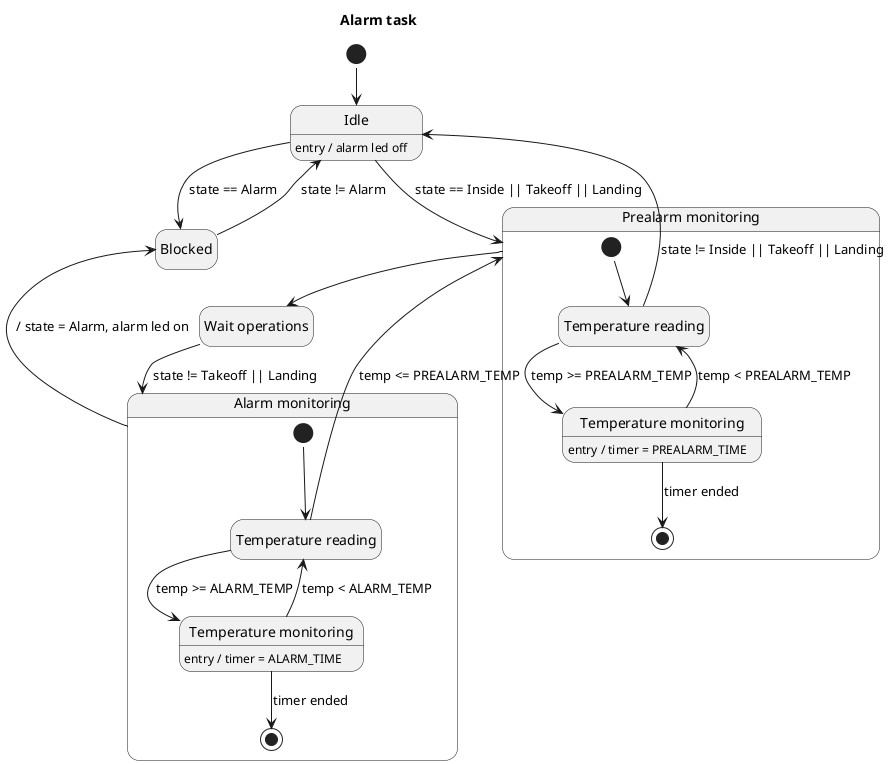
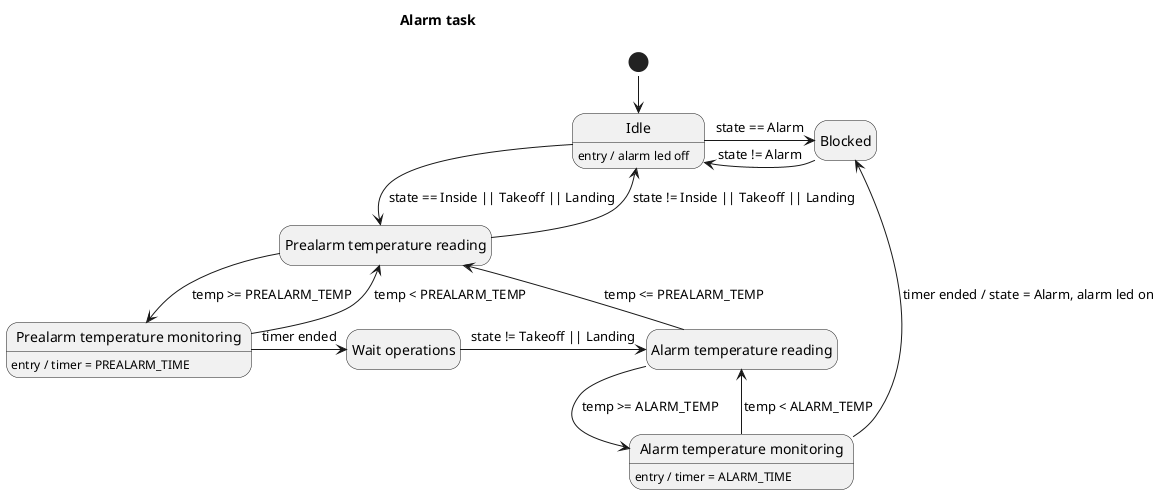
@startuml AlarmTask
!pragma layout smetana
hide empty description

title "Alarm task"

state start <<start>>

state "Idle" as idle
idle : entry / alarm led off

state "Blocked" as blocked

- state "Prealarm monitoring" as prealarm {
-     state startPrealarm <<start>>
+ state "Prealarm temperature reading" as prealarmTempReading

-     state "Temperature reading" as prealarmTempReading
- 
-     state "Temperature monitoring" as prealarmTempMonitoring
-     prealarmTempMonitoring : entry / timer = PREALARM_TIME
- 
-     state endPrealarm <<end>>
- }
+ state "Prealarm temperature monitoring" as prealarmTempMonitoring
+ prealarmTempMonitoring : entry / timer = PREALARM_TIME

state "Wait operations" as waitOperations

- state "Alarm monitoring" as alarm {
-     state startAlarm <<start>>
+ state "Alarm temperature reading" as alarmTempReading

-     state "Temperature reading" as alarmTempReading
- 
-     state "Temperature monitoring" as alarmTempMonitoring
-     alarmTempMonitoring : entry / timer = ALARM_TIME
- 
-     state endAlarm <<end>>
- }
+ state "Alarm temperature monitoring" as alarmTempMonitoring
+ alarmTempMonitoring : entry / timer = ALARM_TIME

start -d-> idle

- idle -d-> blocked : state == Alarm
+ idle -r-> blocked : state == Alarm
+ blocked -l-> idle : state != Alarm

- blocked -u-> idle : state != Alarm
- idle -d-> prealarm : state == Inside || Takeoff || Landing
+ idle -d-> prealarmTempReading : state == Inside || Takeoff || Landing

- startPrealarm -d-> prealarmTempReading
prealarmTempReading -d-> prealarmTempMonitoring : temp >= PREALARM_TEMP
prealarmTempReading -u-> idle : state != Inside || Takeoff || Landing
prealarmTempMonitoring -u-> prealarmTempReading : temp < PREALARM_TEMP
- prealarmTempMonitoring -d-> endPrealarm : timer ended
+ prealarmTempMonitoring -r-> waitOperations : timer ended

- prealarm -d-> waitOperations
+ waitOperations -r-> alarmTempReading : state != Takeoff || Landing

- waitOperations -d-> alarm : state != Takeoff || Landing
- 
- startAlarm -d-> alarmTempReading
alarmTempReading -d-> alarmTempMonitoring : temp >= ALARM_TEMP
- alarmTempReading -u-> prealarm : temp <= PREALARM_TEMP
+ alarmTempReading -l-> prealarmTempReading : temp <= PREALARM_TEMP
alarmTempMonitoring -u-> alarmTempReading : temp < ALARM_TEMP
- alarmTempMonitoring -d-> endAlarm : timer ended
- alarm -u-> blocked : / state = Alarm, alarm led on
+ alarmTempMonitoring -u-> blocked : timer ended / state = Alarm, alarm led on

@enduml
